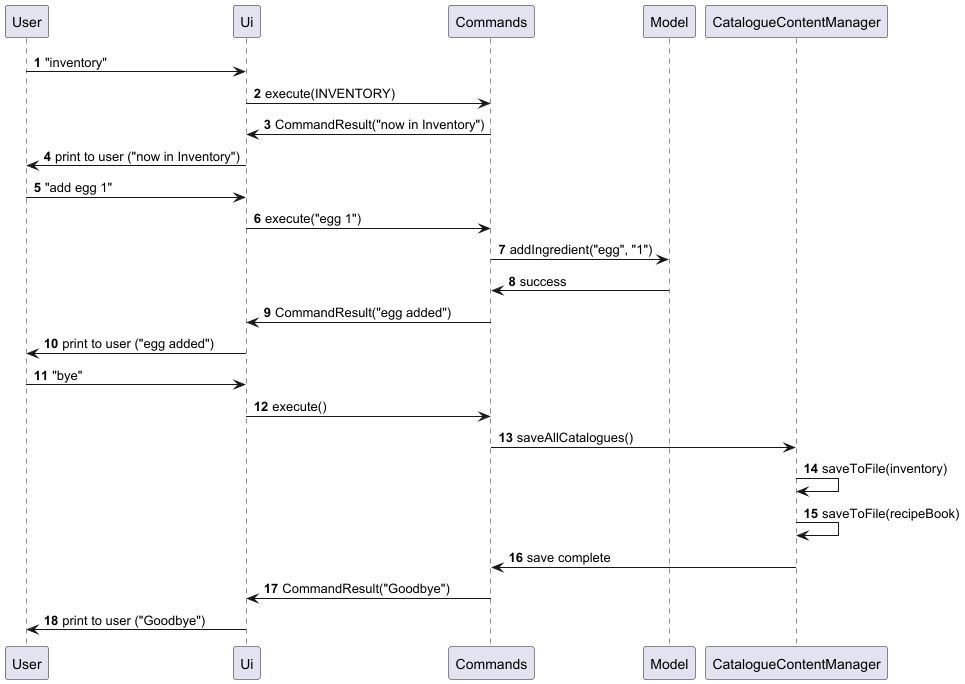
This is docs/diagrams/sequencediagram(Add).png from ChingWhee/tp, a PlantUML export, as it was before one commit. Its diagram source:
```plantuml
@startuml

autonumber

User -> Ui: "inventory"
Ui -> Commands: execute(INVENTORY)
Commands -> Ui: CommandResult("now in Inventory")
Ui -> User: print to user ("now in Inventory")

User -> Ui: "add egg 1"
Ui -> Commands: execute("egg 1")
Commands -> Model : addIngredient("egg", "1")
Model -> Commands: success
Commands -> Ui: CommandResult("egg added")
Ui -> User: print to user ("egg added")

User -> Ui: "bye"
Ui -> Commands: execute()
Commands -> CatalogueContentManager: saveAllCatalogues()
CatalogueContentManager -> CatalogueContentManager: saveToFile(inventory)
CatalogueContentManager -> CatalogueContentManager: saveToFile(recipeBook)
CatalogueContentManager -> Commands: save complete
Commands -> Ui: CommandResult("Goodbye")
Ui -> User: print to user ("Goodbye")

@enduml
```
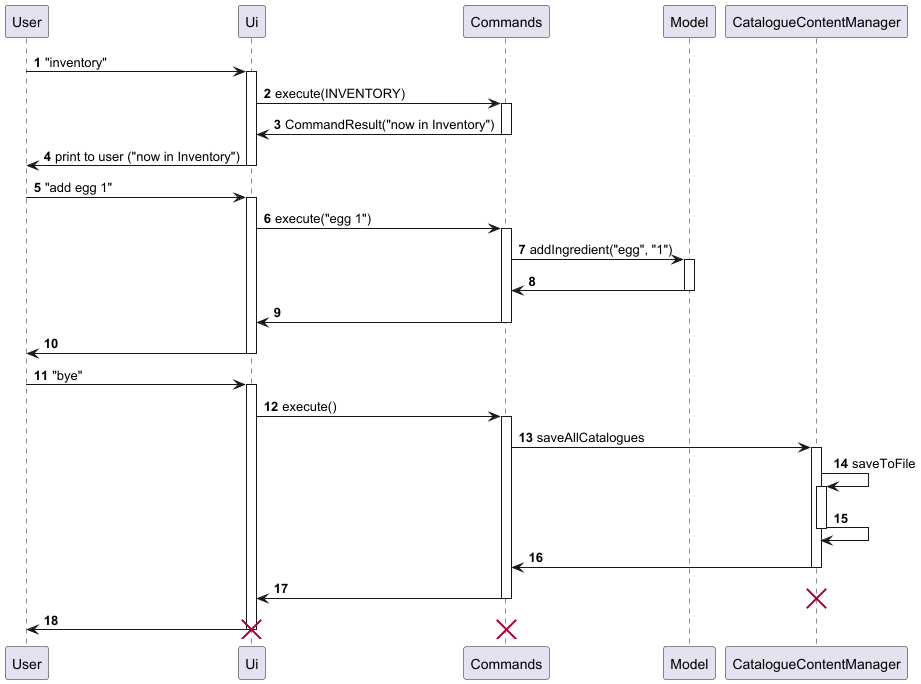
After the commit.

Diff of the diagram source:
```diff
@@ -3,24 +3,50 @@
 autonumber
 
 User -> Ui: "inventory"
+activate Ui
 Ui -> Commands: execute(INVENTORY)
+activate Commands
 Commands -> Ui: CommandResult("now in Inventory")
+deactivate Commands
 Ui -> User: print to user ("now in Inventory")
+deactivate Ui
 
 User -> Ui: "add egg 1"
+activate Ui
 Ui -> Commands: execute("egg 1")
+activate Commands
 Commands -> Model : addIngredient("egg", "1")
-Model -> Commands: success
-Commands -> Ui: CommandResult("egg added")
-Ui -> User: print to user ("egg added")
+activate Model
+Model -> Commands
+deactivate Model
+Commands -> Ui
+deactivate Commands
+Ui -> User
+deactivate Ui
 
 User -> Ui: "bye"
+activate Ui
 Ui -> Commands: execute()
-Commands -> CatalogueContentManager: saveAllCatalogues()
-CatalogueContentManager -> CatalogueContentManager: saveToFile(inventory)
-CatalogueContentManager -> CatalogueContentManager: saveToFile(recipeBook)
-CatalogueContentManager -> Commands: save complete
-Commands -> Ui: CommandResult("Goodbye")
-Ui -> User: print to user ("Goodbye")
+activate Commands
+Commands -> CatalogueContentManager: saveAllCatalogues
+activate CatalogueContentManager
+CatalogueContentManager -> CatalogueContentManager: saveToFile
+activate CatalogueContentManager
+CatalogueContentManager -> CatalogueContentManager
+deactivate CatalogueContentManager
+CatalogueContentManager -> Commands
+deactivate CatalogueContentManager
+
+Commands -> Ui
+
+destroy CatalogueContentManager
+deactivate Commands
+Ui -> User
+destroy Commands
+deactivate Ui
+
+destroy Ui
+
+
 
 @enduml
```
